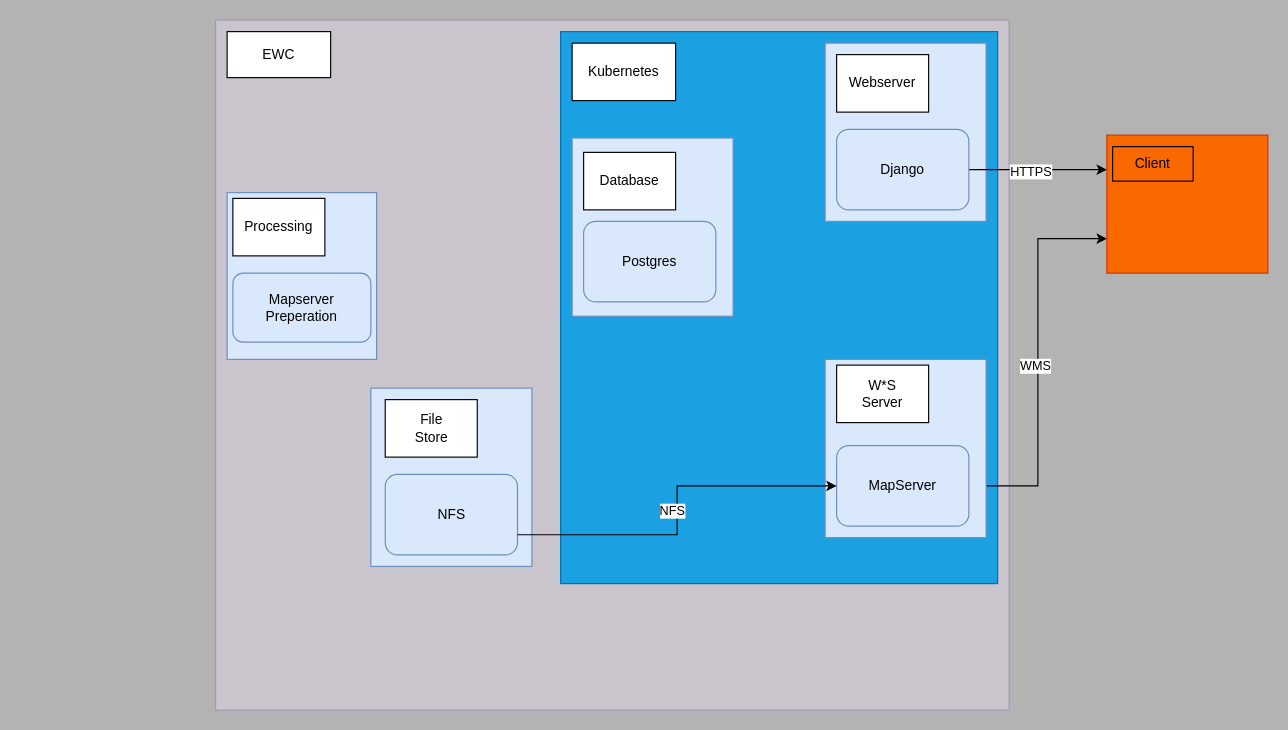
ec-snee/draw-io keeps this draw.io diagram as gobeyond-api.drawio. Above is the earlier version. Source tidied: cells renumbered, new cells numbered last; positions are measured from the earlier drawing's top-left corner, leaving out a move shared by most shapes. Both pictures are drawn from the tidied source at 115%, with x=0, y=0 at pixel (215, 20).
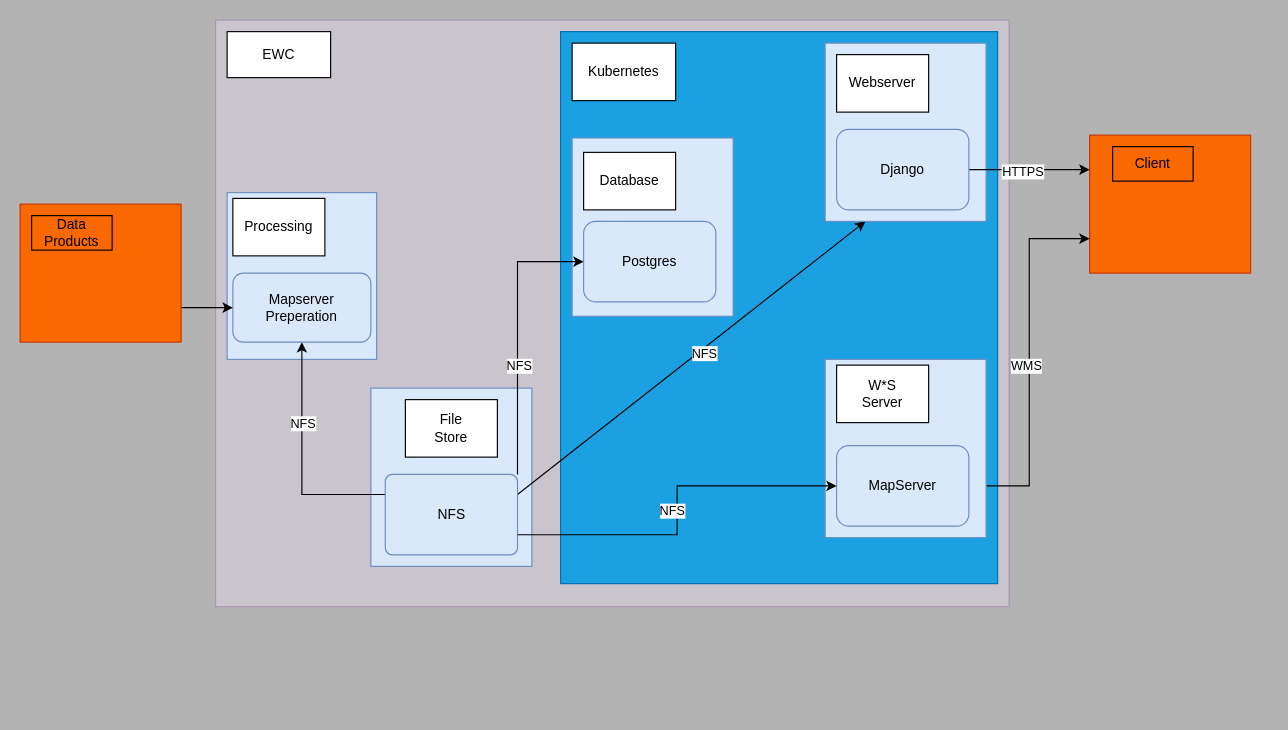
Above is the later version.

The change refers to these unchanged cells:
```xml
<mxCell id="13" value="Mapserver Preperation" style="rounded=1;whiteSpace=wrap;html=1;fillColor=#dae8fc;strokeColor=#6c8ebf;" parent="1" vertex="1">
  <mxGeometry x="15" y="220" width="120" height="60" as="geometry" />
</mxCell>
<mxCell id="15" style="rounded=0;whiteSpace=wrap;html=1;fillColor=#dae8fc;strokeColor=#6c8ebf;" parent="1" vertex="1">
  <mxGeometry x="530" y="20" width="140" height="155" as="geometry" />
</mxCell>
<mxCell id="27" value="Postgres" style="rounded=1;whiteSpace=wrap;html=1;fillColor=#dae8fc;strokeColor=#6c8ebf;" parent="1" vertex="1">
  <mxGeometry x="320" y="175" width="115" height="70" as="geometry" />
</mxCell>
```

What changed in the source:
```diff
@@
     <mxCell id="2" style="rounded=0;whiteSpace=wrap;html=1;fillColor=#e1d5e7;strokeColor=#9673a6;opacity=50;" parent="1" vertex="1">
-      <mxGeometry width="690" height="600" as="geometry" />
+      <mxGeometry width="690" height="510" as="geometry" />
     </mxCell>
@@
     <mxCell id="6" style="rounded=0;whiteSpace=wrap;html=1;fillColor=#fa6800;fontColor=#000000;strokeColor=#C73500;" parent="1" vertex="1">
-      <mxGeometry x="775" y="100" width="140" height="120" as="geometry" />
+      <mxGeometry x="760" y="100" width="140" height="120" as="geometry" />
     </mxCell>
@@
     <mxCell id="9" value="File&lt;br&gt;Store" style="rounded=0;whiteSpace=wrap;html=1;" parent="1" vertex="1">
-      <mxGeometry x="147.5" y="330" width="80" height="50" as="geometry" />
+      <mxGeometry x="165" y="330" width="80" height="50" as="geometry" />
     </mxCell>
@@
+    <mxCell id="30" style="rounded=0;jettySize=auto;html=1;exitX=1;exitY=0.25;exitDx=0;exitDy=0;entryX=0.25;entryY=1;entryDx=0;entryDy=0;" parent="1" edge="1" source="11" target="15">
+      <mxGeometry relative="1" as="geometry" />
+    </mxCell>
+    <mxCell id="31" value="NFS" style="edgeLabel;html=1;align=center;verticalAlign=middle;" parent="30" vertex="1">
+      <mxGeometry x="0.06" y="-2" relative="1" as="geometry">
+        <mxPoint y="1" as="offset" />
+      </mxGeometry>
+    </mxCell>
+    <mxCell id="32" style="edgeStyle=orthogonalEdgeStyle;rounded=0;jettySize=auto;html=1;exitX=0;exitY=0.25;exitDx=0;exitDy=0;entryX=0.5;entryY=1;entryDx=0;entryDy=0;" parent="1" edge="1" source="11" target="13">
+      <mxGeometry relative="1" as="geometry" />
+    </mxCell>
+    <mxCell id="33" value="NFS" style="edgeLabel;html=1;align=center;verticalAlign=middle;" parent="32" vertex="1">
+      <mxGeometry x="0.32" relative="1" as="geometry" />
+    </mxCell>
-    <mxCell id="11" value="NFS" style="rounded=1;whiteSpace=wrap;html=1;fillColor=#dae8fc;strokeColor=#6c8ebf;" parent="1" vertex="1">
+    <mxCell id="11" value="NFS" style="rounded=1;whiteSpace=wrap;html=1;fillColor=#dae8fc;strokeColor=#6c8ebf;arcSize=9;" parent="1" vertex="1">
       <mxGeometry x="147.5" y="395" width="115" height="70" as="geometry" />
     </mxCell>
@@
+    <mxCell id="34" style="edgeStyle=orthogonalEdgeStyle;rounded=0;jettySize=auto;html=1;exitX=1;exitY=0;exitDx=0;exitDy=0;entryX=0;entryY=0.5;entryDx=0;entryDy=0;" parent="1" edge="1" source="11" target="27">
+      <mxGeometry relative="1" as="geometry" />
+    </mxCell>
+    <mxCell id="35" value="NFS" style="edgeLabel;html=1;align=center;verticalAlign=middle;" parent="34" vertex="1">
+      <mxGeometry x="-0.22" relative="1" as="geometry">
+        <mxPoint x="1" as="offset" />
+      </mxGeometry>
+    </mxCell>
+    <mxCell id="36" style="edgeStyle=orthogonalEdgeStyle;rounded=0;jettySize=auto;html=1;exitX=1;exitY=0.75;exitDx=0;exitDy=0;entryX=0;entryY=0.5;entryDx=0;entryDy=0;" parent="1" edge="1" source="37" target="13">
+      <mxGeometry relative="1" as="geometry" />
+    </mxCell>
+    <mxCell id="37" style="rounded=0;whiteSpace=wrap;html=1;fillColor=light-dark(#FA6800,#006600);fontColor=#000000;strokeColor=light-dark(#C73500,#97D077);" parent="1" vertex="1">
+      <mxGeometry x="-170" y="160" width="140" height="120" as="geometry" />
+    </mxCell>
+    <mxCell id="38" value="Data Products" style="rounded=0;whiteSpace=wrap;html=1;fillColor=light-dark(#FA6800,#006600);fontColor=#000000;strokeColor=#000000;" parent="1" vertex="1">
+      <mxGeometry x="-160" y="170" width="70" height="30" as="geometry" />
+    </mxCell>
```
